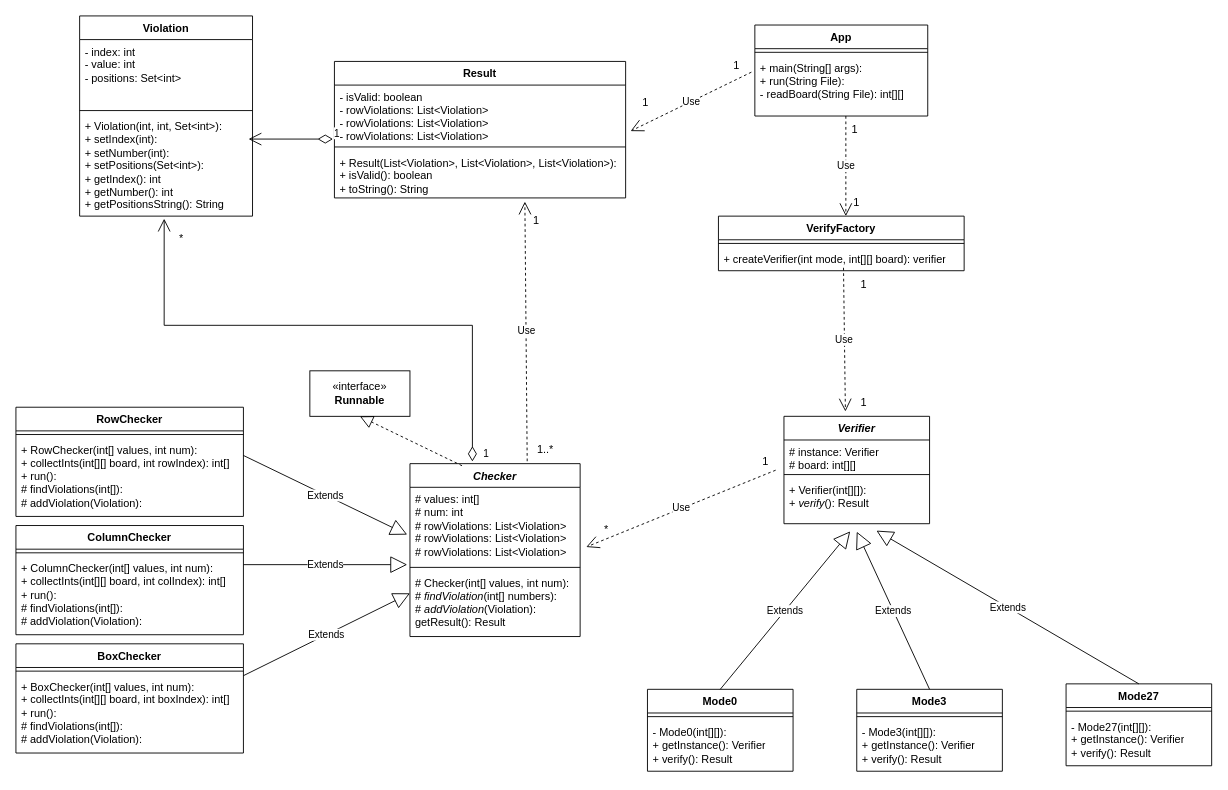
This is uml/src/SodokuVerifier.drawio from Elmougi/Programming-2_Lab-10, a draw.io file, before an edit. Source tidied: cells renumbered, new cells numbered last; positions are measured from the earlier drawing's top-left corner, leaving out a move shared by most shapes. Both pictures are drawn from the tidied source at 91%, with x=0, y=0 at pixel (15, 15).
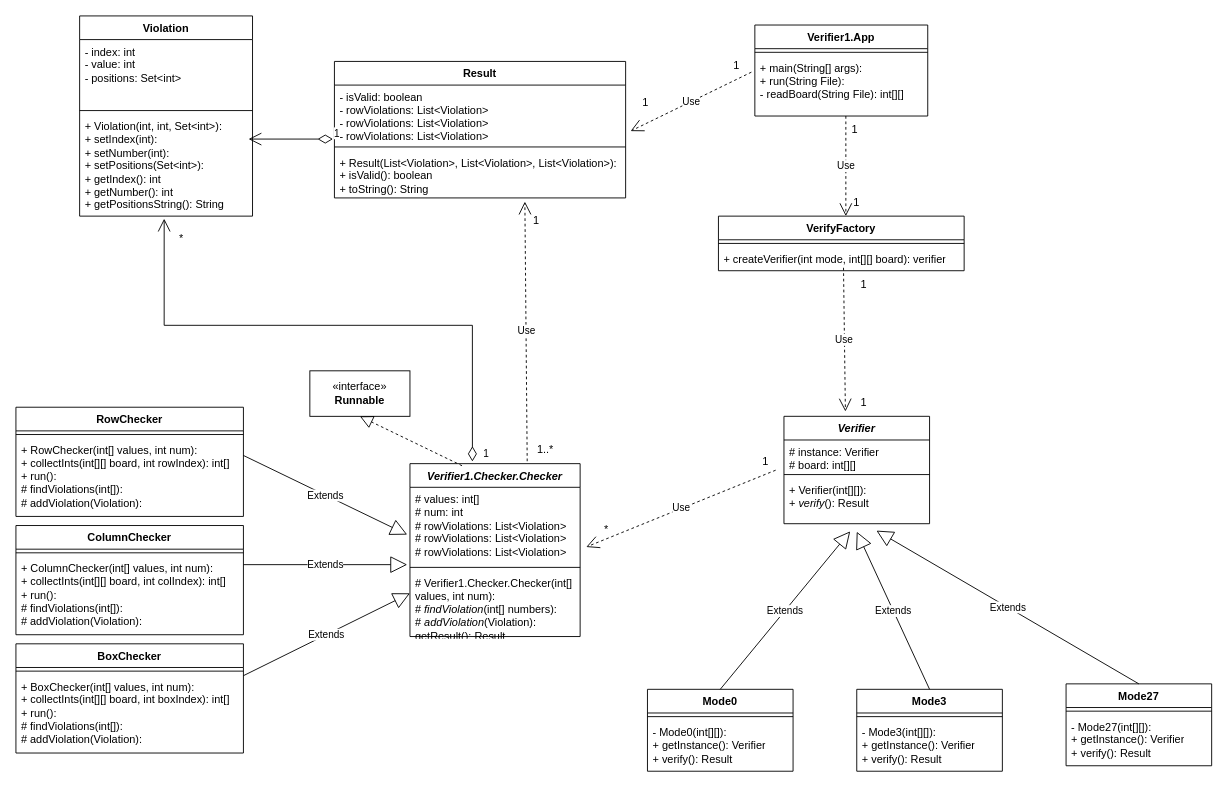
Above is the later version.

Diff of the diagram source:
```diff
@@
-    <mxCell id="38" value="App" style="swimlane;fontStyle=1;align=center;verticalAlign=top;horizontal=1;startSize=26;whiteSpace=wrap;html=1;" parent="1" vertex="1">
+    <mxCell id="38" value="Verifier1.App" style="swimlane;fontStyle=1;align=center;verticalAlign=top;horizontal=1;startSize=26;whiteSpace=wrap;html=1;" parent="1" vertex="1">
       <mxGeometry x="812" y="10" width="190" height="100" as="geometry" />
     </mxCell>
@@
-    <mxCell id="41" value="&lt;i&gt;Checker&lt;/i&gt;" style="swimlane;fontStyle=1;align=center;verticalAlign=top;horizontal=1;startSize=26;whiteSpace=wrap;html=1;" parent="1" vertex="1">
+    <mxCell id="41" value="&lt;i&gt;Verifier1.Checker.Checker&lt;/i&gt;" style="swimlane;fontStyle=1;align=center;verticalAlign=top;horizontal=1;startSize=26;whiteSpace=wrap;html=1;" parent="1" vertex="1">
       <mxGeometry x="433" y="492" width="187" height="190" as="geometry" />
     </mxCell>
@@
-    <mxCell id="44" value="# Checker(int[] values, int num):&lt;div&gt;# &lt;i&gt;findViolation&lt;/i&gt;(int[] numbers):&lt;/div&gt;&lt;div&gt;# &lt;i&gt;addViolation&lt;/i&gt;(Violation):&lt;/div&gt;&lt;div&gt;getResult(): Result&lt;/div&gt;" style="text;strokeColor=none;fillColor=none;align=left;verticalAlign=top;spacingLeft=4;spacingRight=4;overflow=hidden;whiteSpace=wrap;html=1;" parent="41" vertex="1">
+    <mxCell id="44" value="# Verifier1.Checker.Checker(int[] values, int num):&lt;div&gt;# &lt;i&gt;findViolation&lt;/i&gt;(int[] numbers):&lt;/div&gt;&lt;div&gt;# &lt;i&gt;addViolation&lt;/i&gt;(Violation):&lt;/div&gt;&lt;div&gt;getResult(): Result&lt;/div&gt;" style="text;strokeColor=none;fillColor=none;align=left;verticalAlign=top;spacingLeft=4;spacingRight=4;overflow=hidden;whiteSpace=wrap;html=1;" parent="41" vertex="1">
       <mxGeometry y="118" width="187" height="72" as="geometry" />
     </mxCell>
```
